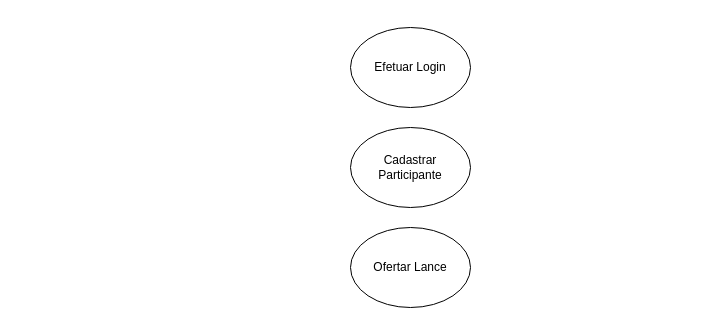
This is Leilão Via Internet.drawio from ArcanjoDaGuarda/AnjoProjetos, a draw.io file, before an edit. Source tidied: cells renumbered, new cells numbered last; positions are measured from the earlier drawing's top-left corner, leaving out a move shared by most shapes. Both pictures are drawn from the tidied source at 100%, with x=0, y=0 at pixel (350, 27).
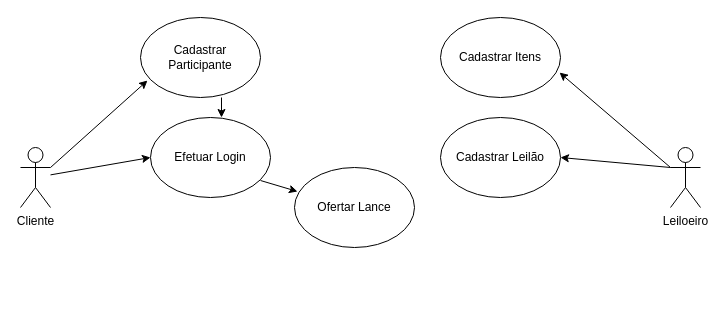
The same page after the edit.

Change to the diagram source:
```diff
@@
 <mxGraphModel>
   <root>
     <mxCell id="0" />
     <mxCell id="1" parent="0" />
     <mxCell id="2" value="Cadastrar Participante" style="ellipse;whiteSpace=wrap;html=1;" parent="1" vertex="1">
-      <mxGeometry y="100" width="120" height="80" as="geometry" />
+      <mxGeometry x="-210" y="-10" width="120" height="80" as="geometry" />
     </mxCell>
     <mxCell id="3" value="Efetuar Login" style="ellipse;whiteSpace=wrap;html=1;" parent="1" vertex="1">
-      <mxGeometry width="120" height="80" as="geometry" />
+      <mxGeometry x="-200" y="90" width="120" height="80" as="geometry" />
     </mxCell>
     <mxCell id="4" value="Ofertar Lance" style="ellipse;whiteSpace=wrap;html=1;" parent="1" vertex="1">
-      <mxGeometry y="200" width="120" height="80" as="geometry" />
+      <mxGeometry x="-56" y="140" width="120" height="80" as="geometry" />
     </mxCell>
+    <mxCell id="5" value="Cliente" style="shape=umlActor;verticalLabelPosition=bottom;verticalAlign=top;html=1;outlineConnect=0;" parent="1" vertex="1">
+      <mxGeometry x="-330" y="120" width="30" height="60" as="geometry" />
+    </mxCell>
+    <mxCell id="6" value="Cadastrar Itens" style="ellipse;whiteSpace=wrap;html=1;" parent="1" vertex="1">
+      <mxGeometry x="90" y="-10" width="120" height="80" as="geometry" />
+    </mxCell>
+    <mxCell id="7" value="Cadastrar Leilão" style="ellipse;whiteSpace=wrap;html=1;" parent="1" vertex="1">
+      <mxGeometry x="90" y="90" width="120" height="80" as="geometry" />
+    </mxCell>
+    <mxCell id="8" value="Leiloeiro" style="shape=umlActor;verticalLabelPosition=bottom;verticalAlign=top;html=1;outlineConnect=0;" parent="1" vertex="1">
+      <mxGeometry x="320" y="120" width="30" height="60" as="geometry" />
+    </mxCell>
+    <mxCell id="9" style="endArrow=classic;html=1;rounded=0;exitX=1;exitY=0.3333333333333333;exitDx=0;exitDy=0;exitPerimeter=0;entryX=0.058;entryY=0.788;entryDx=0;entryDy=0;entryPerimeter=0;" parent="1" edge="1" source="5" target="2">
+      <mxGeometry relative="1" as="geometry" />
+    </mxCell>
+    <mxCell id="10" style="endArrow=classic;html=1;rounded=0;entryX=0;entryY=0.5;entryDx=0;entryDy=0;" parent="1" edge="1" source="5" target="3">
+      <mxGeometry relative="1" as="geometry" />
+    </mxCell>
+    <mxCell id="11" style="endArrow=classic;html=1;rounded=0;exitX=0;exitY=0.3333333333333333;exitDx=0;exitDy=0;exitPerimeter=0;entryX=1;entryY=0.5;entryDx=0;entryDy=0;" parent="1" edge="1" source="8" target="7">
+      <mxGeometry relative="1" as="geometry" />
+    </mxCell>
+    <mxCell id="12" style="endArrow=classic;html=1;rounded=0;exitX=0;exitY=0.3333333333333333;exitDx=0;exitDy=0;exitPerimeter=0;entryX=0.992;entryY=0.688;entryDx=0;entryDy=0;entryPerimeter=0;" parent="1" edge="1" source="8" target="6">
+      <mxGeometry relative="1" as="geometry" />
+    </mxCell>
+    <mxCell id="13" style="endArrow=classic;html=1;rounded=0;exitX=0.95;exitY=0.788;exitDx=0;exitDy=0;exitPerimeter=0;entryX=0.058;entryY=0.3;entryDx=0;entryDy=0;entryPerimeter=0;" parent="1" edge="1">
+      <mxGeometry relative="1" as="geometry">
+        <mxPoint x="-90" y="153" as="sourcePoint" />
+        <mxPoint x="-53" y="164" as="targetPoint" />
+      </mxGeometry>
+    </mxCell>
+    <mxCell id="14" style="endArrow=classic;html=1;rounded=0;exitX=0.675;exitY=1;exitDx=0;exitDy=0;exitPerimeter=0;" parent="1" edge="1" source="2">
+      <mxGeometry relative="1" as="geometry">
+        <mxPoint x="-129" y="90" as="targetPoint" />
+      </mxGeometry>
+    </mxCell>
   </root>
 </mxGraphModel>
```
